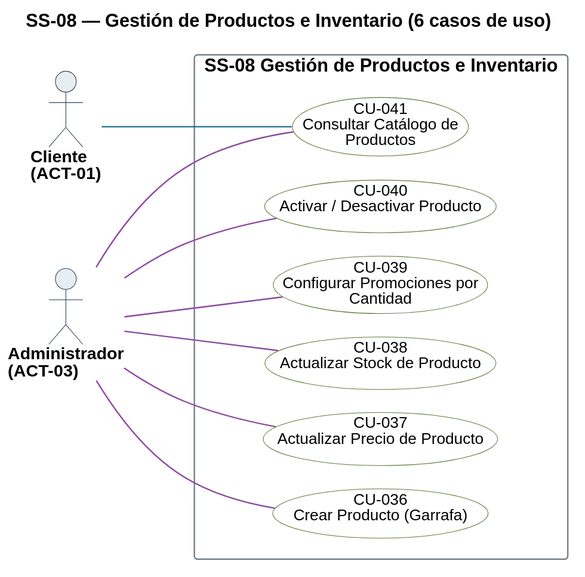
This is diagramas/uml/CU_SS-08_Gestion-De-Productos.svg from Nahuelito-Dev/splg-docs, a PlantUML export, as it was before one commit.
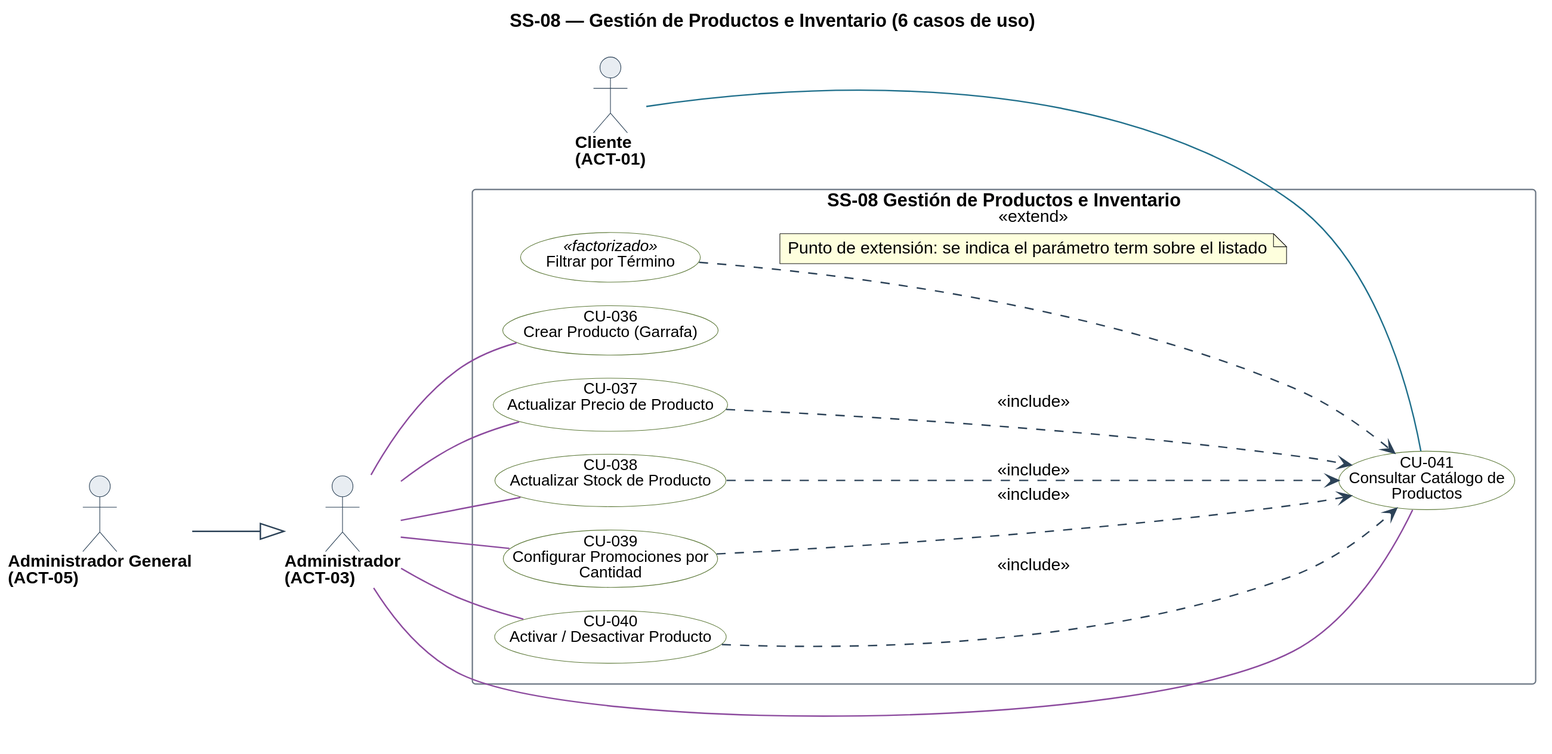
After the change.

Change to the diagram source:
```diff
@@ -28,14 +28,15 @@
 skinparam nodesep 18
 skinparam ranksep 70
 skinparam usecase {
-  BorderColor<<pendiente>> #9C4436
-  BackgroundColor<<pendiente>> #F6E4E1
+  BorderColor<<planificado>> #9C4436
+  BackgroundColor<<planificado>> #F6E4E1
   BorderColor<<factorizado>> #6B7683
   BackgroundColor<<factorizado>> #F2F4F6
 }
 
 actor "Cliente\n(ACT-01)" as A01
 actor "Administrador\n(ACT-03)" as A03
+actor "Administrador General\n(ACT-05)" as A05
 
 rectangle "SS-08 Gestión de Productos e Inventario" {
   usecase "CU-036\nCrear Producto (Garrafa)" as U036 #back:FFFFFF;line:5E7A3A
@@ -44,6 +45,7 @@
   usecase "CU-039\nConfigurar Promociones por\nCantidad" as U039 #back:FFFFFF;line:5E7A3A
   usecase "CU-040\nActivar / Desactivar Producto" as U040 #back:FFFFFF;line:5E7A3A
   usecase "CU-041\nConsultar Catálogo de\nProductos" as U041 #back:FFFFFF;line:5E7A3A
+  usecase "Filtrar por Término" as F_TERM <<factorizado>> #back:FFFFFF;line:5E7A3A
 }
 
 A01 -[#1F6F8B]- U041
@@ -53,4 +55,15 @@
 A03 -[#8C4A9E]- U039
 A03 -[#8C4A9E]- U040
 A03 -[#8C4A9E]- U041
+A05 --|> A03
+
+U037 ..> U041 : <<include>>
+U038 ..> U041 : <<include>>
+U039 ..> U041 : <<include>>
+U040 ..> U041 : <<include>>
+
+F_TERM ..> U041 : <<extend>>
+note on link
+  Punto de extensión: se indica el parámetro term sobre el listado
+end note
 @enduml
```
